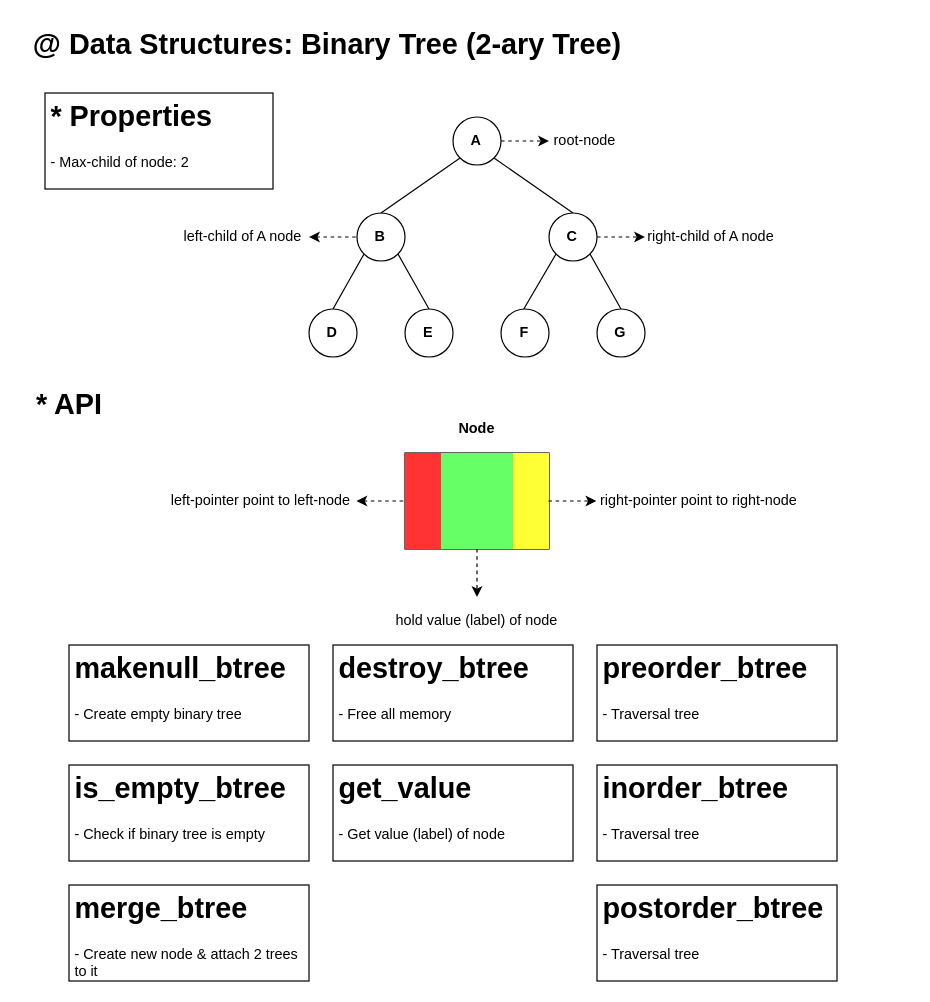
Above: src/dsa/BinaryTree/diagram/binary-tree.drawio in publicforall1/c-lang (draw.io), before the change. Source tidied: cells renumbered, new cells numbered last; positions are measured from the earlier drawing's top-left corner, leaving out a move shared by most shapes. Both pictures are drawn from the tidied source at 120%, with x=0, y=0 at pixel (20, 20).
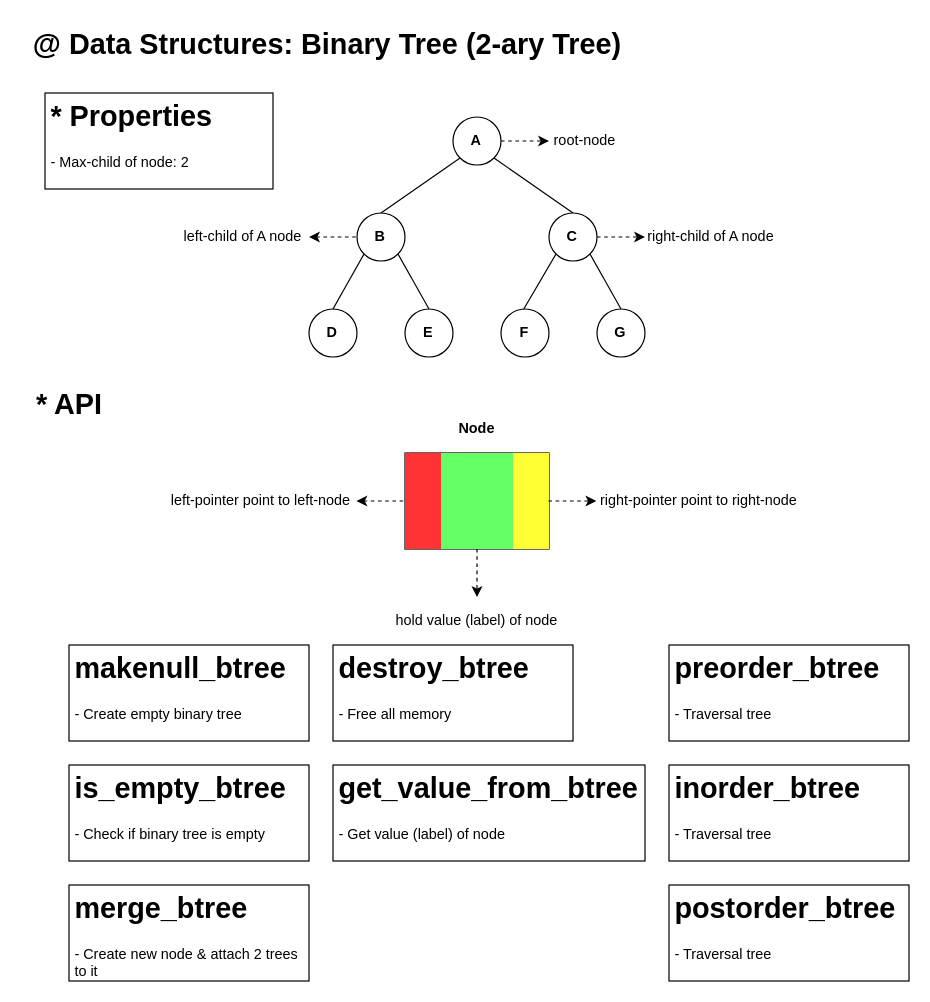
Above is the later version.

Commit message (it also covers changes not shown here):
@compatible: Binary Tree

What changed in the source:
```diff
@@
     <mxCell id="63" value="&lt;h1&gt;preorder_btree&lt;/h1&gt;&lt;p&gt;- Traversal tree&lt;/p&gt;" style="text;html=1;strokeColor=#000000;fillColor=none;spacing=5;spacingTop=-20;whiteSpace=wrap;overflow=hidden;rounded=0;" parent="1" vertex="1">
-      <mxGeometry x="480" y="520" width="200" height="80" as="geometry" />
+      <mxGeometry x="540" y="520" width="200" height="80" as="geometry" />
     </mxCell>
     <mxCell id="64" value="&lt;h1&gt;inorder_btree&lt;/h1&gt;&lt;p&gt;- Traversal tree&lt;/p&gt;" style="text;html=1;strokeColor=#000000;fillColor=none;spacing=5;spacingTop=-20;whiteSpace=wrap;overflow=hidden;rounded=0;" parent="1" vertex="1">
-      <mxGeometry x="480" y="620" width="200" height="80" as="geometry" />
+      <mxGeometry x="540" y="620" width="200" height="80" as="geometry" />
     </mxCell>
     <mxCell id="65" value="&lt;h1&gt;postorder_btree&lt;/h1&gt;&lt;p&gt;- Traversal tree&lt;/p&gt;" style="text;html=1;strokeColor=#000000;fillColor=none;spacing=5;spacingTop=-20;whiteSpace=wrap;overflow=hidden;rounded=0;" parent="1" vertex="1">
-      <mxGeometry x="480" y="720" width="200" height="80" as="geometry" />
+      <mxGeometry x="540" y="720" width="200" height="80" as="geometry" />
     </mxCell>
@@
-    <mxCell id="67" value="&lt;h1&gt;get_value&lt;/h1&gt;&lt;p&gt;- Get value (label) of node&lt;/p&gt;" style="text;html=1;strokeColor=#000000;fillColor=none;spacing=5;spacingTop=-20;whiteSpace=wrap;overflow=hidden;rounded=0;" parent="1" vertex="1">
-      <mxGeometry x="260" y="620" width="200" height="80" as="geometry" />
+    <mxCell id="67" value="&lt;h1&gt;get_value_from_btree&lt;/h1&gt;&lt;p&gt;- Get value (label) of node&lt;/p&gt;" style="text;html=1;strokeColor=#000000;fillColor=none;spacing=5;spacingTop=-20;whiteSpace=wrap;overflow=hidden;rounded=0;" parent="1" vertex="1">
+      <mxGeometry x="260" y="620" width="260" height="80" as="geometry" />
     </mxCell>
```
